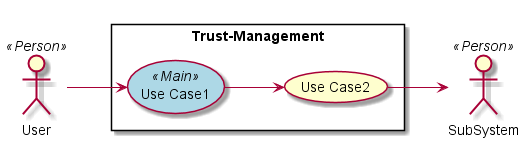
Earlier version of the PlantUML export docs/Solution/Trust-Manager/UseCases.png (CAADE/CloudLet).
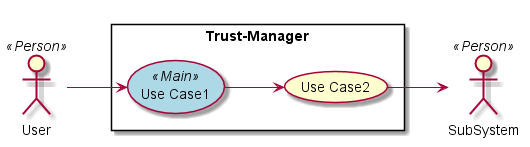
Later version of the same file.

The edit, as a diff of the source:
```diff
@@ -10,7 +10,7 @@
 actor :SubSystem: <<Person>>
 
 
-rectangle "Trust-Management" {
+rectangle "Trust-Manager" {
 UseCase UC1 <<Main>> as "Use Case1"
 UseCase UC2  as "Use Case2"
 
```
